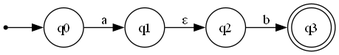
Above: afn_3.png in Artli22/Laboratorio4_Teoria (Graphviz), before the change. Its source is kept beside it as afn_3.dot.
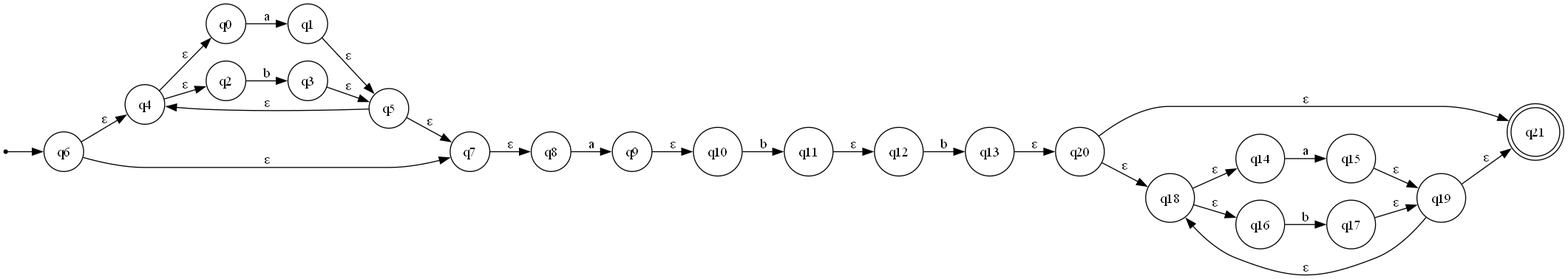
Later version of the same file.

The edit, as a diff of the source:
```diff
@@ -4,11 +4,35 @@
     node [shape=circle];
 
     inicio [shape=point];
-    inicio -> q0;
+    inicio -> q6;
 
-    q3 [shape=doublecircle];
+    q21 [shape=doublecircle];
 
     q0 -> q1 [label="a"];
-    q1 -> q2 [label="ε"];
     q2 -> q3 [label="b"];
+    q4 -> q0 [label="ε"];
+    q4 -> q2 [label="ε"];
+    q1 -> q5 [label="ε"];
+    q3 -> q5 [label="ε"];
+    q6 -> q4 [label="ε"];
+    q6 -> q7 [label="ε"];
+    q5 -> q4 [label="ε"];
+    q5 -> q7 [label="ε"];
+    q7 -> q8 [label="ε"];
+    q8 -> q9 [label="a"];
+    q9 -> q10 [label="ε"];
+    q10 -> q11 [label="b"];
+    q11 -> q12 [label="ε"];
+    q12 -> q13 [label="b"];
+    q13 -> q20 [label="ε"];
+    q14 -> q15 [label="a"];
+    q16 -> q17 [label="b"];
+    q18 -> q14 [label="ε"];
+    q18 -> q16 [label="ε"];
+    q15 -> q19 [label="ε"];
+    q17 -> q19 [label="ε"];
+    q20 -> q18 [label="ε"];
+    q20 -> q21 [label="ε"];
+    q19 -> q18 [label="ε"];
+    q19 -> q21 [label="ε"];
 }
```
